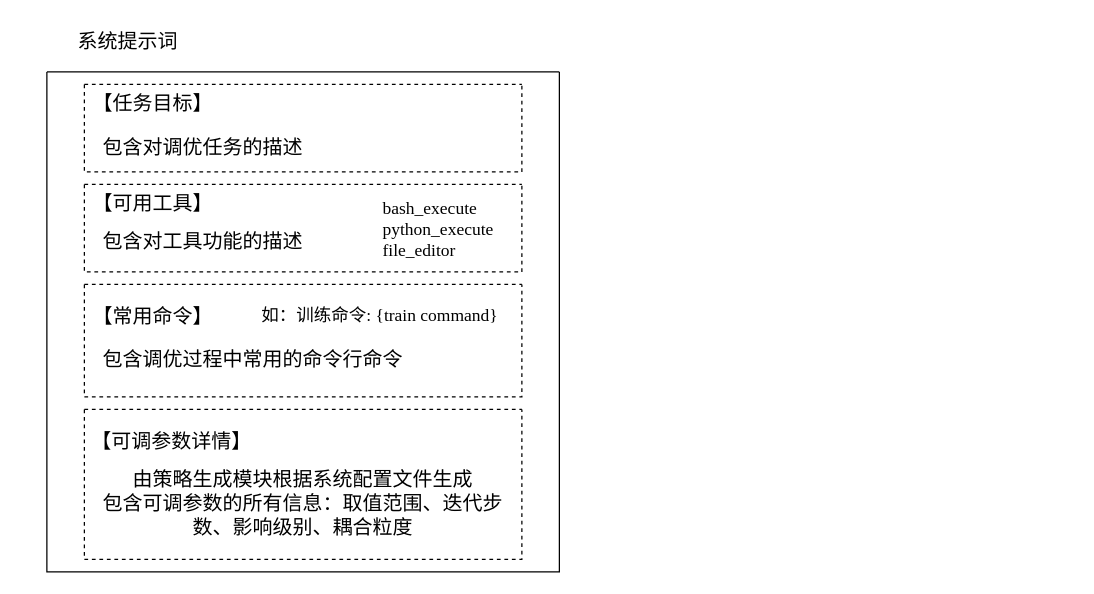
This is page "第 10 页" (10 of 14) of KernelTuneAgent.drawio from DonCoyi/_pictures, a draw.io file, before an edit. Source tidied: cells renumbered, new cells numbered last; positions are measured from the earlier drawing's top-left corner, leaving out a move shared by most shapes. Both pictures are drawn from the tidied source at 125%, with x=0, y=0 at pixel (21, 21).
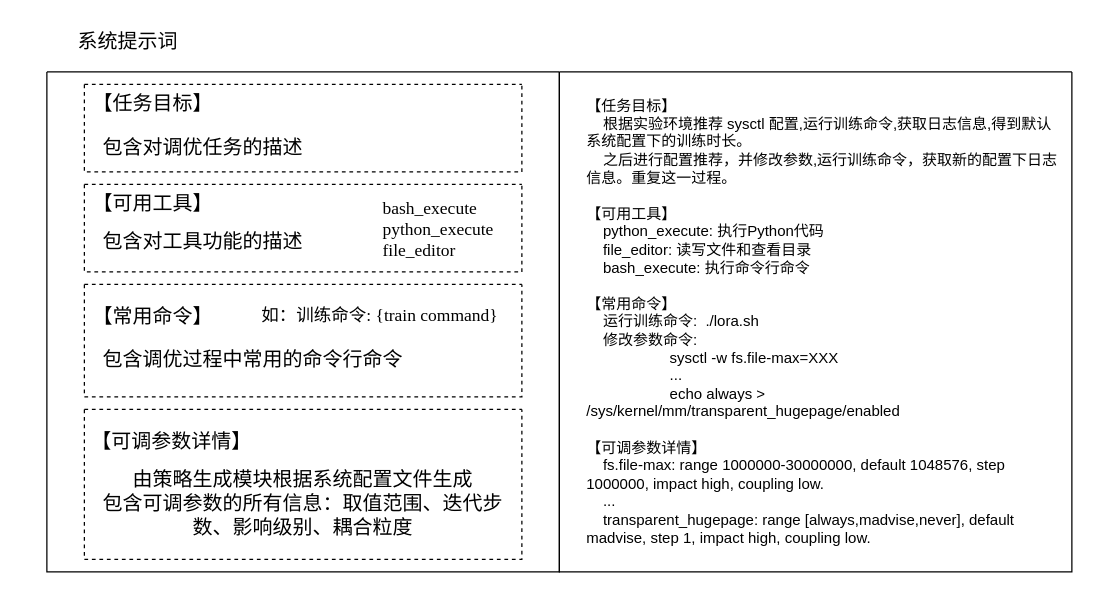
The same page after the edit.

Change to the diagram source:
```diff
@@
 <mxGraphModel>
   <root>
     <mxCell id="0" />
     <mxCell id="1" parent="0" />
     <mxCell id="2" style="swimlane;startSize=0;fontFamily=宋体;fontStyle=0;" parent="1" vertex="1">
       <mxGeometry x="20" y="40" width="410" height="400" as="geometry" />
     </mxCell>
     <mxCell id="3" style="swimlane;startSize=0;dashed=1;fontFamily=宋体;fontStyle=0;" parent="2" vertex="1">
       <mxGeometry x="30" y="170" width="350" height="90" as="geometry" />
     </mxCell>
     <mxCell id="4" value="&lt;font style=&quot;font-size: 16px;&quot;&gt;【常用命令】&lt;/font&gt;" style="text;html=1;whiteSpace=wrap;strokeColor=none;fillColor=none;align=center;verticalAlign=middle;rounded=0;fontFamily=宋体;fontStyle=0;" parent="3" vertex="1">
       <mxGeometry y="10" width="110" height="30" as="geometry" />
     </mxCell>
     <mxCell id="5" value="&lt;span style=&quot;font-size: 16px;&quot;&gt;包含调优过程中常用的命令行命令&lt;br&gt;&lt;/span&gt;" style="text;html=1;whiteSpace=wrap;strokeColor=none;fillColor=none;align=center;verticalAlign=middle;rounded=0;fontFamily=宋体;fontStyle=0;" parent="3" vertex="1">
       <mxGeometry y="40" width="270" height="40" as="geometry" />
     </mxCell>
     <mxCell id="6" value="&lt;font style=&quot;font-size: 14px;&quot;&gt;&lt;span style=&quot;forced-color-adjust: none; color: rgb(0, 0, 0); font-style: normal; font-variant-ligatures: normal; font-variant-caps: normal; font-weight: 400; letter-spacing: normal; orphans: 2; text-align: left; text-indent: 0px; text-transform: none; widows: 2; word-spacing: 0px; -webkit-text-stroke-width: 0px; text-decoration-thickness: initial; text-decoration-style: initial; text-decoration-color: initial; white-space: pre;&quot;&gt;&lt;span style=&quot;forced-color-adjust: none; white-space: pre;&quot;&gt;如：&lt;/span&gt;&lt;/span&gt;&lt;span style=&quot;color: rgb(0, 0, 0); font-style: normal; font-variant-ligatures: normal; font-variant-caps: normal; font-weight: 400; letter-spacing: normal; orphans: 2; text-align: left; text-indent: 0px; text-transform: none; widows: 2; word-spacing: 0px; -webkit-text-stroke-width: 0px; white-space: normal; text-decoration-thickness: initial; text-decoration-style: initial; text-decoration-color: initial; float: none; display: inline !important;&quot;&gt;训练命令&lt;font face=&quot;Times New Roman&quot; style=&quot;&quot;&gt;: {train command}&lt;/font&gt;&lt;/span&gt;&lt;/font&gt;" style="text;whiteSpace=wrap;html=1;labelBackgroundColor=default;fontFamily=宋体;" parent="3" vertex="1">
       <mxGeometry x="140" y="10" width="200" height="30" as="geometry" />
     </mxCell>
     <mxCell id="7" style="swimlane;startSize=0;dashed=1;fontFamily=宋体;fontStyle=0;" parent="2" vertex="1">
       <mxGeometry x="30" y="270" width="350" height="120" as="geometry" />
     </mxCell>
     <mxCell id="8" value="&lt;font style=&quot;font-size: 16px;&quot;&gt;【可调参数详情】&lt;/font&gt;" style="text;html=1;whiteSpace=wrap;strokeColor=none;fillColor=none;align=center;verticalAlign=middle;rounded=0;fontFamily=宋体;fontStyle=0;" parent="7" vertex="1">
       <mxGeometry y="10" width="140" height="30" as="geometry" />
     </mxCell>
     <mxCell id="9" value="&lt;span style=&quot;font-size: 16px;&quot;&gt;由策略生成模块根据系统配置文件生成&lt;/span&gt;&lt;div&gt;&lt;span style=&quot;font-size: 16px;&quot;&gt;包含可调参数的所有信息：取值范围、迭代步数、影响级别、耦合粒度&lt;/span&gt;&lt;/div&gt;" style="text;html=1;whiteSpace=wrap;strokeColor=none;fillColor=none;align=center;verticalAlign=middle;rounded=0;fontFamily=宋体;fontStyle=0;" parent="7" vertex="1">
       <mxGeometry y="30" width="350" height="90" as="geometry" />
     </mxCell>
     <mxCell id="10" style="swimlane;startSize=0;dashed=1;fontFamily=宋体;fontStyle=0;" parent="2" vertex="1">
       <mxGeometry x="30" y="90" width="350" height="70" as="geometry" />
     </mxCell>
     <mxCell id="11" value="&lt;font style=&quot;font-size: 16px;&quot;&gt;【可用工具】&lt;/font&gt;" style="text;html=1;whiteSpace=wrap;strokeColor=none;fillColor=none;align=center;verticalAlign=middle;rounded=0;fontFamily=宋体;fontStyle=0;" parent="10" vertex="1">
       <mxGeometry width="110" height="30" as="geometry" />
     </mxCell>
     <mxCell id="12" value="&lt;span style=&quot;font-size: 16px;&quot;&gt;包含对工具功能的描述&lt;br&gt;&lt;/span&gt;" style="text;html=1;whiteSpace=wrap;strokeColor=none;fillColor=none;align=center;verticalAlign=middle;rounded=0;fontFamily=宋体;fontStyle=0;" parent="10" vertex="1">
       <mxGeometry y="25" width="190" height="40" as="geometry" />
     </mxCell>
     <mxCell id="13" value="&lt;div style=&quot;forced-color-adjust: none; color: rgb(0, 0, 0); font-style: normal; font-variant-ligatures: normal; font-variant-caps: normal; font-weight: 400; letter-spacing: normal; orphans: 2; text-align: left; text-indent: 0px; text-transform: none; widows: 2; word-spacing: 0px; -webkit-text-stroke-width: 0px; white-space: normal; text-decoration-thickness: initial; text-decoration-style: initial; text-decoration-color: initial;&quot;&gt;&lt;font face=&quot;Times New Roman&quot; style=&quot;font-size: 14px;&quot;&gt;&lt;span style=&quot;forced-color-adjust: none; white-space: pre;&quot;&gt;&lt;span style=&quot;forced-color-adjust: none; white-space: pre;&quot;&gt;&amp;nbsp;&amp;nbsp;&lt;/span&gt;&lt;/span&gt;bash_execute&lt;/font&gt;&lt;/div&gt;&lt;div style=&quot;forced-color-adjust: none; color: rgb(0, 0, 0); font-style: normal; font-variant-ligatures: normal; font-variant-caps: normal; font-weight: 400; letter-spacing: normal; orphans: 2; text-align: left; text-indent: 0px; text-transform: none; widows: 2; word-spacing: 0px; -webkit-text-stroke-width: 0px; white-space: normal; text-decoration-thickness: initial; text-decoration-style: initial; text-decoration-color: initial;&quot;&gt;&lt;span style=&quot;&quot;&gt;&lt;font face=&quot;Times New Roman&quot; style=&quot;font-size: 14px;&quot;&gt;&lt;span style=&quot;forced-color-adjust: none; white-space: pre;&quot;&gt;&lt;span style=&quot;forced-color-adjust: none; white-space: pre;&quot;&gt;&amp;nbsp;&amp;nbsp;&lt;/span&gt;&lt;/span&gt;python_execute&lt;/font&gt;&lt;/span&gt;&lt;/div&gt;&lt;div style=&quot;forced-color-adjust: none; color: rgb(0, 0, 0); font-style: normal; font-variant-ligatures: normal; font-variant-caps: normal; font-weight: 400; letter-spacing: normal; orphans: 2; text-align: left; text-indent: 0px; text-transform: none; widows: 2; word-spacing: 0px; -webkit-text-stroke-width: 0px; white-space: normal; text-decoration-thickness: initial; text-decoration-style: initial; text-decoration-color: initial;&quot;&gt;&lt;font face=&quot;Times New Roman&quot; style=&quot;font-size: 14px;&quot;&gt;&lt;span style=&quot;forced-color-adjust: none; white-space: pre;&quot;&gt;&lt;span style=&quot;forced-color-adjust: none; white-space: pre;&quot;&gt;&amp;nbsp;&amp;nbsp;&lt;/span&gt;&lt;/span&gt;file_editor&lt;/font&gt;&lt;/div&gt;" style="text;whiteSpace=wrap;html=1;labelBackgroundColor=default;fontFamily=宋体;" parent="10" vertex="1">
       <mxGeometry x="230" y="5" width="110" height="60" as="geometry" />
     </mxCell>
     <mxCell id="14" style="swimlane;startSize=0;dashed=1;fontFamily=宋体;fontStyle=0;" parent="2" vertex="1">
       <mxGeometry x="30" y="10" width="350" height="70" as="geometry" />
     </mxCell>
     <mxCell id="15" value="&lt;span style=&quot;font-size: 16px;&quot;&gt;【任务目标】&lt;/span&gt;" style="text;html=1;whiteSpace=wrap;strokeColor=none;fillColor=none;align=center;verticalAlign=middle;rounded=0;fontFamily=宋体;fontStyle=0;" parent="14" vertex="1">
       <mxGeometry width="110" height="30" as="geometry" />
     </mxCell>
     <mxCell id="16" value="&lt;span style=&quot;font-size: 16px;&quot;&gt;包含对调优任务的描述&lt;br&gt;&lt;/span&gt;" style="text;html=1;whiteSpace=wrap;strokeColor=none;fillColor=none;align=center;verticalAlign=middle;rounded=0;fontFamily=宋体;fontStyle=0;" parent="14" vertex="1">
       <mxGeometry y="30" width="190" height="40" as="geometry" />
     </mxCell>
     <mxCell id="17" value="&lt;font style=&quot;font-size: 16px;&quot;&gt;系统提示词&lt;/font&gt;" style="text;html=1;whiteSpace=wrap;strokeColor=none;fillColor=none;align=center;verticalAlign=middle;rounded=0;fontFamily=宋体;fontStyle=0;" parent="1" vertex="1">
       <mxGeometry width="170" height="30" as="geometry" />
     </mxCell>
+    <mxCell id="18" style="swimlane;startSize=0;fontFamily=宋体;fontStyle=0;" parent="1" vertex="1">
+      <mxGeometry x="430" y="40" width="410" height="400" as="geometry" />
+    </mxCell>
+    <mxCell id="19" value="&lt;div&gt;&lt;span style=&quot;background-color: transparent; color: light-dark(rgb(0, 0, 0), rgb(255, 255, 255));&quot;&gt;【任务目标】&lt;/span&gt;&lt;/div&gt;&lt;div&gt;&amp;nbsp; &amp;nbsp; 根据实验环境推荐 sysctl 配置,运行训练命令,获取日志信息,得到默认系统配置下的训练时长。&lt;/div&gt;&lt;div&gt;&amp;nbsp; &amp;nbsp; 之后进行配置推荐，并修改参数,运行训练命令，获取新的配置下日志信息。重复这一过程。&lt;/div&gt;&lt;div&gt;&lt;br&gt;&lt;/div&gt;&lt;div&gt;【可用工具】&lt;/div&gt;&lt;div&gt;&amp;nbsp; &amp;nbsp; python_execute: 执行Python代码&lt;/div&gt;&lt;div&gt;&amp;nbsp; &amp;nbsp; file_editor: 读写文件和查看目录&lt;/div&gt;&lt;div&gt;&amp;nbsp; &amp;nbsp; bash_execute: 执行命令行命令&lt;/div&gt;&lt;div&gt;&lt;br&gt;&lt;/div&gt;&lt;div&gt;【常用命令】&lt;/div&gt;&lt;div&gt;&amp;nbsp; &amp;nbsp; 运行训练命令:&amp;nbsp; ./lora.sh&lt;/div&gt;&lt;div&gt;&amp;nbsp; &amp;nbsp; 修改参数命令:&amp;nbsp; &amp;nbsp;&lt;/div&gt;&lt;div&gt;&lt;span style=&quot;white-space: pre;&quot;&gt;&#9;&lt;/span&gt;&lt;span style=&quot;white-space: pre;&quot;&gt;&#9;&lt;/span&gt;&amp;nbsp; &amp;nbsp;&amp;nbsp;sysctl -w fs.file-max=XXX&lt;/div&gt;&lt;div&gt;&amp;nbsp; &amp;nbsp; &amp;nbsp; &amp;nbsp; &amp;nbsp; &amp;nbsp; &amp;nbsp; &amp;nbsp; &amp;nbsp; &amp;nbsp; ...&lt;/div&gt;&lt;div&gt;&amp;nbsp; &amp;nbsp; &amp;nbsp; &amp;nbsp; &amp;nbsp; &amp;nbsp; &amp;nbsp; &amp;nbsp; &amp;nbsp; &amp;nbsp; echo always &amp;gt; /sys/kernel/mm/transparent_hugepage/enabled&amp;nbsp;&lt;/div&gt;&lt;div&gt;&lt;br&gt;&lt;/div&gt;&lt;div&gt;【可调参数详情】&lt;/div&gt;&lt;div&gt;&amp;nbsp; &amp;nbsp; fs.file-max: range 1000000-30000000, default 1048576, step 1000000, impact high, coupling low.&lt;/div&gt;&lt;div&gt;&amp;nbsp; &amp;nbsp; ...&lt;/div&gt;&lt;div&gt;&amp;nbsp; &amp;nbsp; transparent_hugepage: range [always,madvise,never], default madvise, step 1, impact high, coupling low.&lt;/div&gt;" style="text;html=1;whiteSpace=wrap;strokeColor=none;fillColor=none;align=left;verticalAlign=middle;rounded=0;" parent="18" vertex="1">
+      <mxGeometry x="20" y="10" width="380" height="380" as="geometry" />
+    </mxCell>
   </root>
 </mxGraphModel>
```
